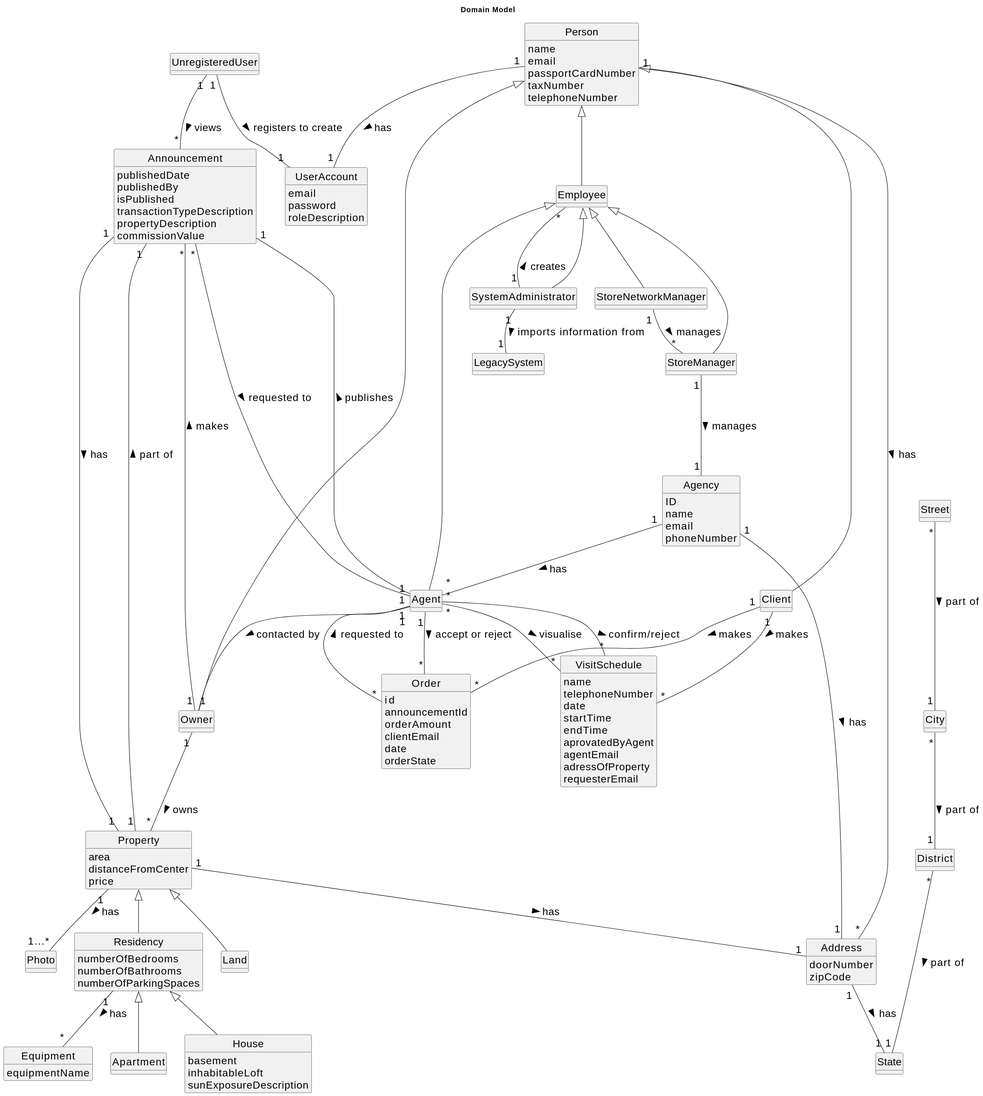
Earlier version of the PlantUML export docs/sprintD/global-artifacts/02.analysis/svg/project-domain-model.svg (Goncalves2525/real-estate-management-system).
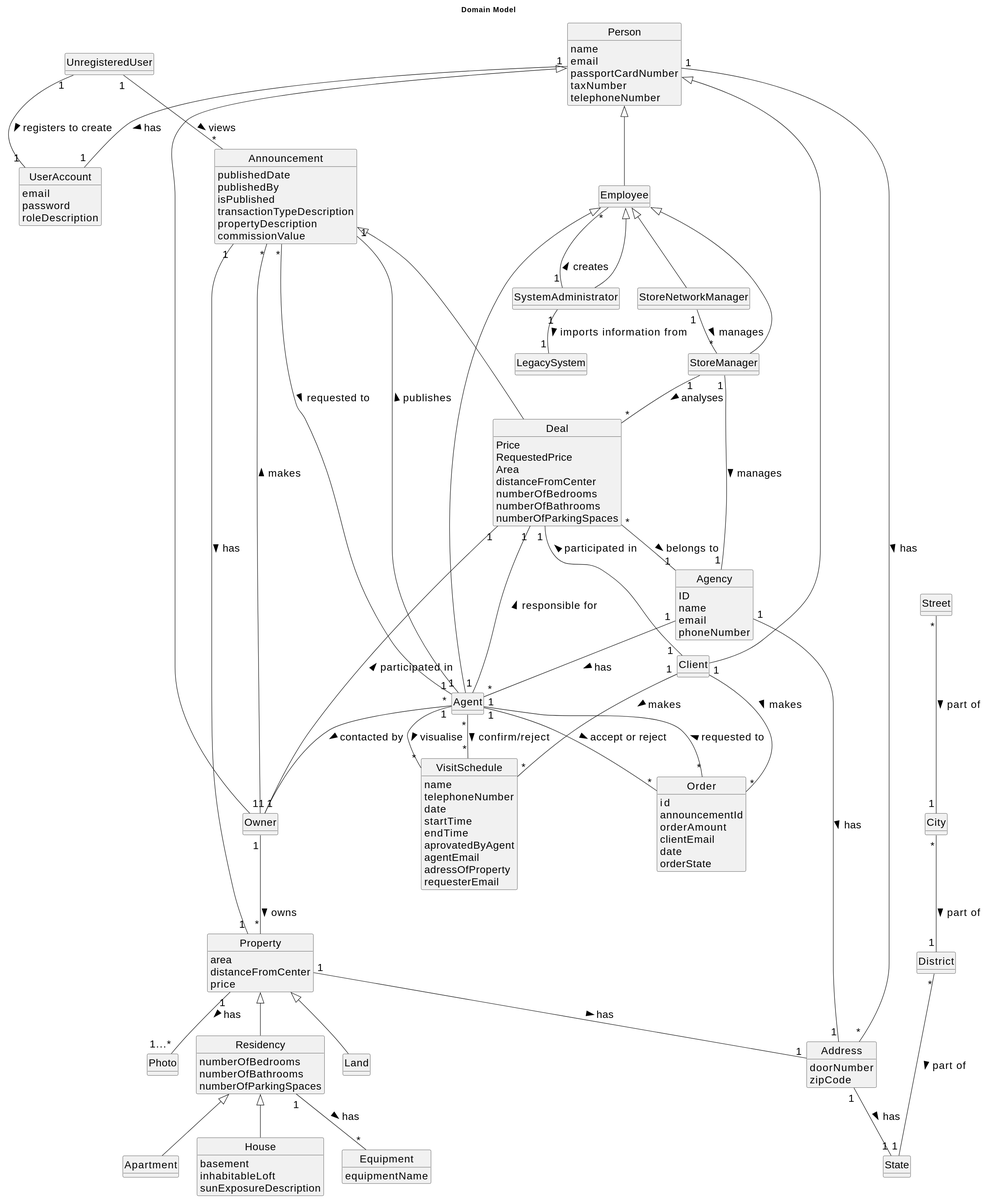
The same file after the commit.

Diff of the diagram source:
```diff
@@ -19,6 +19,16 @@
 }
 
 class Agent extends Employee{
+}
+
+class Deal extends Announcement{
+    Price
+    RequestedPrice
+    Area
+    distanceFromCenter
+    numberOfBedrooms
+    numberOfBathrooms
+    numberOfParkingSpaces
 }
 
 class Order{
@@ -162,7 +172,6 @@
 District "*" --- "1" State : part of >
 Property "1" -- "1...*" Photo: has >
 Residency "1" -- "*" Equipment: has >
-Announcement "1" -- "1" Property: part of <
 Person "1" -- "*" Address: has >
 Property "1" -- "1" Address: has >
 StoreManager "1" --- "1" Agency: manages >
@@ -177,4 +186,9 @@
 SystemAdministrator "1" -- "1" LegacySystem : imports information from >
 Agent "1" -- "*" Order : accept or reject >
 Agent "*" -- "*" VisitSchedule : visualise >
+StoreManager "1" -- "*" Deal : analyses >
+Deal "1" -- "1" Agent : responsible for <
+Deal "1" -- "1" Client : participated in <
+Deal "*" -- "1" Agency : belongs to >
+Deal "1" -- "1" Owner : participated in <
 @enduml
```
